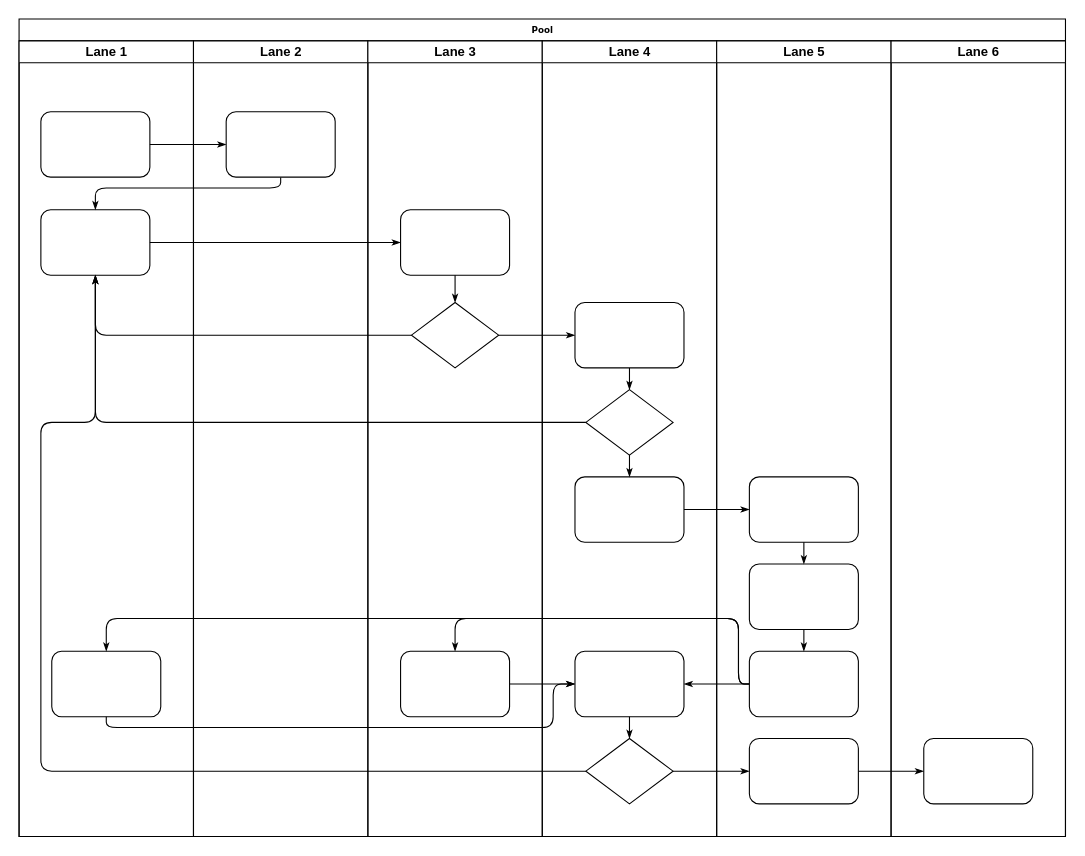
Before: Untitled Diagram.drawio in DunkLiao/MyDiagram, a draw.io diagram. Source tidied: cells renumbered, new cells numbered last; positions are measured from the earlier drawing's top-left corner, leaving out a move shared by most shapes. Both pictures are drawn from the tidied source at 109%, with x=0, y=0 at pixel (19, 19).
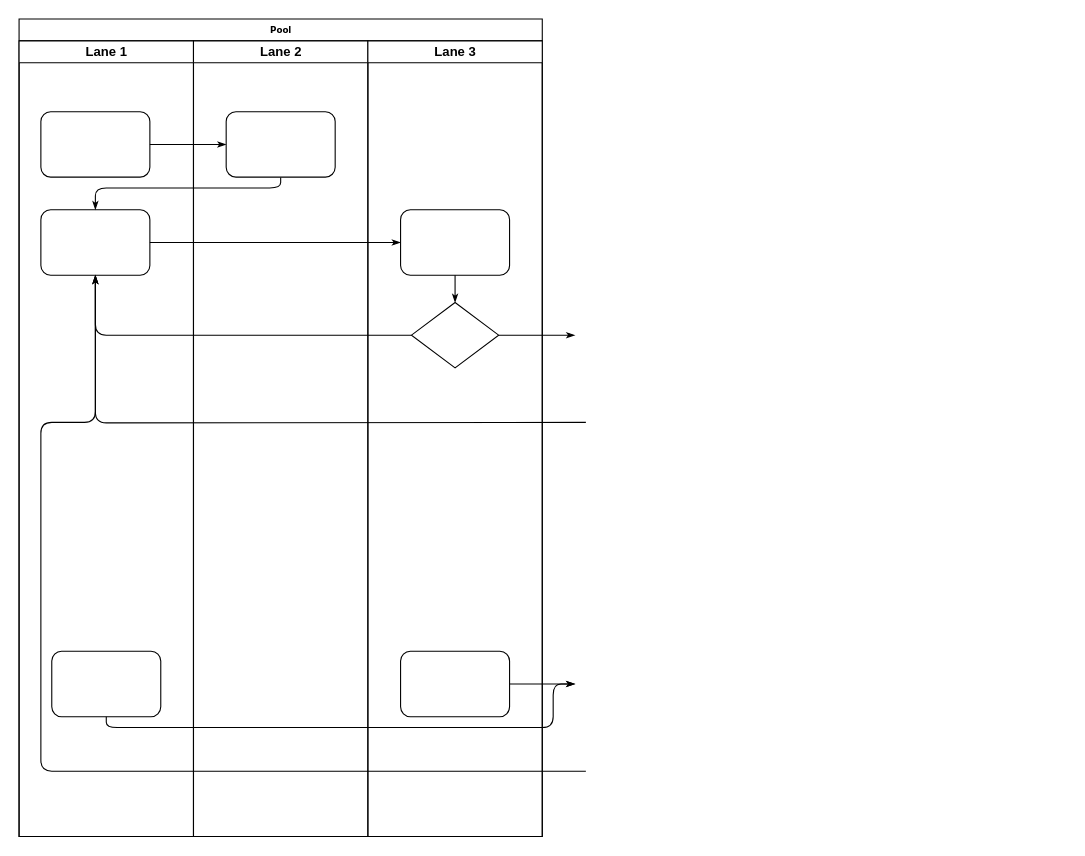
The same page after the edit.

The change refers to these unchanged cells:
```xml
<mxCell id="5" style="rounded=1;whiteSpace=wrap;html=1;shadow=0;labelBackgroundColor=none;strokeWidth=1;fontFamily=Verdana;fontSize=8;align=center;" parent="3" vertex="1">
  <mxGeometry x="20" y="155" width="100" height="60" as="geometry" />
</mxCell>
<mxCell id="6" style="rounded=1;whiteSpace=wrap;html=1;shadow=0;labelBackgroundColor=none;strokeWidth=1;fontFamily=Verdana;fontSize=8;align=center;" parent="3" vertex="1">
  <mxGeometry x="30" y="560" width="100" height="60" as="geometry" />
</mxCell>
<mxCell id="26" style="rhombus;whiteSpace=wrap;html=1;rounded=0;shadow=0;labelBackgroundColor=none;strokeWidth=1;fontFamily=Verdana;fontSize=8;align=center;" parent="24" vertex="1">
  <mxGeometry x="40" y="240" width="80" height="60" as="geometry" />
</mxCell>
<mxCell id="27" style="rounded=1;whiteSpace=wrap;html=1;shadow=0;labelBackgroundColor=none;strokeWidth=1;fontFamily=Verdana;fontSize=8;align=center;" parent="24" vertex="1">
  <mxGeometry x="30" y="560" width="100" height="60" as="geometry" />
</mxCell>
```

The edit, as a diff of the source:
```diff
@@
     <mxCell id="2" value="Pool" style="swimlane;html=1;startSize=20;rounded=0;shadow=0;labelBackgroundColor=none;strokeWidth=1;fontFamily=Verdana;fontSize=8;align=center;" parent="1" vertex="1">
-      <mxGeometry width="960" height="750" as="geometry" />
+      <mxGeometry width="480" height="750" as="geometry" />
     </mxCell>
@@
-    <mxCell id="11" style="edgeStyle=orthogonalEdgeStyle;rounded=1;html=1;labelBackgroundColor=none;startArrow=none;startFill=0;startSize=5;endArrow=classicThin;endFill=1;endSize=5;jettySize=auto;strokeWidth=1;fontFamily=Verdana;fontSize=8;" parent="2" edge="1" source="31" target="5">
-      <mxGeometry relative="1" as="geometry" />
+    <mxCell id="11" style="edgeStyle=orthogonalEdgeStyle;rounded=1;html=1;labelBackgroundColor=none;startArrow=none;startFill=0;startSize=5;endArrow=classicThin;endFill=1;endSize=5;jettySize=auto;strokeWidth=1;fontFamily=Verdana;fontSize=8;" parent="2" edge="1" target="5">
+      <mxGeometry relative="1" as="geometry">
+        <mxPoint x="520" y="370" as="sourcePoint" />
+      </mxGeometry>
     </mxCell>
-    <mxCell id="12" style="edgeStyle=orthogonalEdgeStyle;rounded=1;html=1;labelBackgroundColor=none;startArrow=none;startFill=0;startSize=5;endArrow=classicThin;endFill=1;endSize=5;jettySize=auto;strokeWidth=1;fontFamily=Verdana;fontSize=8;" parent="2" edge="1" source="34" target="5">
+    <mxCell id="12" style="edgeStyle=orthogonalEdgeStyle;rounded=1;html=1;labelBackgroundColor=none;startArrow=none;startFill=0;startSize=5;endArrow=classicThin;endFill=1;endSize=5;jettySize=auto;strokeWidth=1;fontFamily=Verdana;fontSize=8;" parent="2" edge="1" target="5">
       <mxGeometry relative="1" as="geometry">
+        <mxPoint x="520" y="690" as="sourcePoint" />
         <Array as="points">
           <mxPoint x="20" y="690" />
           <mxPoint x="20" y="370" />
           <mxPoint x="70" y="370" />
         </Array>
       </mxGeometry>
     </mxCell>
-    <mxCell id="13" style="edgeStyle=orthogonalEdgeStyle;rounded=1;html=1;labelBackgroundColor=none;startArrow=none;startFill=0;startSize=5;endArrow=classicThin;endFill=1;endSize=5;jettySize=auto;strokeWidth=1;fontFamily=Verdana;fontSize=8;" parent="2" edge="1" source="26" target="30">
-      <mxGeometry relative="1" as="geometry" />
+    <mxCell id="13" style="edgeStyle=orthogonalEdgeStyle;rounded=1;html=1;labelBackgroundColor=none;startArrow=none;startFill=0;startSize=5;endArrow=classicThin;endFill=1;endSize=5;jettySize=auto;strokeWidth=1;fontFamily=Verdana;fontSize=8;" parent="2" edge="1" source="26">
+      <mxGeometry relative="1" as="geometry">
+        <mxPoint x="510" y="290" as="targetPoint" />
+      </mxGeometry>
     </mxCell>
-    <mxCell id="14" style="edgeStyle=orthogonalEdgeStyle;rounded=1;html=1;labelBackgroundColor=none;startArrow=none;startFill=0;startSize=5;endArrow=classicThin;endFill=1;endSize=5;jettySize=auto;strokeWidth=1;fontFamily=Verdana;fontSize=8;" parent="2" edge="1" source="34" target="42">
-      <mxGeometry relative="1" as="geometry" />
-    </mxCell>
-    <mxCell id="15" style="edgeStyle=orthogonalEdgeStyle;rounded=1;html=1;labelBackgroundColor=none;startArrow=none;startFill=0;startSize=5;endArrow=classicThin;endFill=1;endSize=5;jettySize=auto;strokeWidth=1;fontFamily=Verdana;fontSize=8;" parent="2" edge="1" source="42" target="46">
-      <mxGeometry relative="1" as="geometry" />
-    </mxCell>
-    <mxCell id="16" style="edgeStyle=orthogonalEdgeStyle;rounded=1;html=1;labelBackgroundColor=none;startArrow=none;startFill=0;startSize=5;endArrow=classicThin;endFill=1;endSize=5;jettySize=auto;strokeWidth=1;fontFamily=Verdana;fontSize=8;" parent="2" edge="1" source="32" target="39">
-      <mxGeometry relative="1" as="geometry" />
-    </mxCell>
-    <mxCell id="17" style="edgeStyle=orthogonalEdgeStyle;rounded=1;html=1;labelBackgroundColor=none;startArrow=none;startFill=0;startSize=5;endArrow=classicThin;endFill=1;endSize=5;jettySize=auto;strokeWidth=1;fontFamily=Verdana;fontSize=8;" parent="2" edge="1" source="41" target="27">
-      <mxGeometry relative="1" as="geometry">
-        <Array as="points">
-          <mxPoint x="660" y="610" />
-          <mxPoint x="660" y="550" />
-          <mxPoint x="400" y="550" />
-        </Array>
-      </mxGeometry>
-    </mxCell>
-    <mxCell id="18" style="edgeStyle=orthogonalEdgeStyle;rounded=1;html=1;labelBackgroundColor=none;startArrow=none;startFill=0;startSize=5;endArrow=classicThin;endFill=1;endSize=5;jettySize=auto;strokeColor=#000000;strokeWidth=1;fontFamily=Verdana;fontSize=8;fontColor=#000000;" parent="2" edge="1" source="41" target="33">
-      <mxGeometry relative="1" as="geometry" />
-    </mxCell>
-    <mxCell id="19" style="edgeStyle=orthogonalEdgeStyle;rounded=1;html=1;labelBackgroundColor=none;startArrow=none;startFill=0;startSize=5;endArrow=classicThin;endFill=1;endSize=5;jettySize=auto;strokeWidth=1;fontFamily=Verdana;fontSize=8;" parent="2" edge="1" source="41" target="6">
-      <mxGeometry relative="1" as="geometry">
-        <Array as="points">
-          <mxPoint x="660" y="610" />
-          <mxPoint x="660" y="550" />
-          <mxPoint x="80" y="550" />
-        </Array>
-      </mxGeometry>
-    </mxCell>
-    <mxCell id="20" style="edgeStyle=orthogonalEdgeStyle;rounded=1;html=1;labelBackgroundColor=none;startArrow=none;startFill=0;startSize=5;endArrow=classicThin;endFill=1;endSize=5;jettySize=auto;strokeWidth=1;fontFamily=Verdana;fontSize=8;" parent="2" edge="1" source="6" target="33">
+    <mxCell id="20" style="edgeStyle=orthogonalEdgeStyle;rounded=1;html=1;labelBackgroundColor=none;startArrow=none;startFill=0;startSize=5;endArrow=classicThin;endFill=1;endSize=5;jettySize=auto;strokeWidth=1;fontFamily=Verdana;fontSize=8;" parent="2" edge="1" source="6">
       <mxGeometry relative="1" as="geometry">
+        <mxPoint x="510" y="610" as="targetPoint" />
         <Array as="points">
           <mxPoint x="80" y="650" />
           <mxPoint x="490" y="650" />
           <mxPoint x="490" y="610" />
         </Array>
       </mxGeometry>
     </mxCell>
-    <mxCell id="21" style="edgeStyle=orthogonalEdgeStyle;rounded=1;html=1;labelBackgroundColor=none;startArrow=none;startFill=0;startSize=5;endArrow=classicThin;endFill=1;endSize=5;jettySize=auto;strokeWidth=1;fontFamily=Verdana;fontSize=8;" parent="2" edge="1" source="27" target="33">
-      <mxGeometry relative="1" as="geometry" />
+    <mxCell id="21" style="edgeStyle=orthogonalEdgeStyle;rounded=1;html=1;labelBackgroundColor=none;startArrow=none;startFill=0;startSize=5;endArrow=classicThin;endFill=1;endSize=5;jettySize=auto;strokeWidth=1;fontFamily=Verdana;fontSize=8;" parent="2" edge="1" source="27">
+      <mxGeometry relative="1" as="geometry">
+        <mxPoint x="510" y="610" as="targetPoint" />
+      </mxGeometry>
     </mxCell>
@@
-    <mxCell id="29" value="Lane 4" style="swimlane;html=1;startSize=20;" parent="2" vertex="1">
-      <mxGeometry x="480" y="20" width="160" height="730" as="geometry" />
-    </mxCell>
-    <mxCell id="30" style="rounded=1;whiteSpace=wrap;html=1;shadow=0;labelBackgroundColor=none;strokeWidth=1;fontFamily=Verdana;fontSize=8;align=center;" parent="29" vertex="1">
-      <mxGeometry x="30" y="240" width="100" height="60" as="geometry" />
-    </mxCell>
-    <mxCell id="31" style="rhombus;whiteSpace=wrap;html=1;rounded=0;shadow=0;labelBackgroundColor=none;strokeWidth=1;fontFamily=Verdana;fontSize=8;align=center;" parent="29" vertex="1">
-      <mxGeometry x="40" y="320" width="80" height="60" as="geometry" />
-    </mxCell>
-    <mxCell id="32" style="rounded=1;whiteSpace=wrap;html=1;shadow=0;labelBackgroundColor=none;strokeWidth=1;fontFamily=Verdana;fontSize=8;align=center;" parent="29" vertex="1">
-      <mxGeometry x="30" y="400" width="100" height="60" as="geometry" />
-    </mxCell>
-    <mxCell id="33" style="rounded=1;whiteSpace=wrap;html=1;shadow=0;labelBackgroundColor=none;strokeWidth=1;fontFamily=Verdana;fontSize=8;align=center;" parent="29" vertex="1">
-      <mxGeometry x="30" y="560" width="100" height="60" as="geometry" />
-    </mxCell>
-    <mxCell id="34" style="rhombus;whiteSpace=wrap;html=1;rounded=0;shadow=0;labelBackgroundColor=none;strokeWidth=1;fontFamily=Verdana;fontSize=8;align=center;" parent="29" vertex="1">
-      <mxGeometry x="40" y="640" width="80" height="60" as="geometry" />
-    </mxCell>
-    <mxCell id="35" style="edgeStyle=orthogonalEdgeStyle;rounded=1;html=1;labelBackgroundColor=none;startArrow=none;startFill=0;startSize=5;endArrow=classicThin;endFill=1;endSize=5;jettySize=auto;strokeColor=#000000;strokeWidth=1;fontFamily=Verdana;fontSize=8;fontColor=#000000;" parent="29" edge="1" source="30" target="31">
-      <mxGeometry relative="1" as="geometry" />
-    </mxCell>
-    <mxCell id="36" style="edgeStyle=orthogonalEdgeStyle;rounded=1;html=1;labelBackgroundColor=none;startArrow=none;startFill=0;startSize=5;endArrow=classicThin;endFill=1;endSize=5;jettySize=auto;strokeWidth=1;fontFamily=Verdana;fontSize=8;" parent="29" edge="1" source="31" target="32">
-      <mxGeometry relative="1" as="geometry" />
-    </mxCell>
-    <mxCell id="37" style="edgeStyle=orthogonalEdgeStyle;rounded=1;html=1;labelBackgroundColor=none;startArrow=none;startFill=0;startSize=5;endArrow=classicThin;endFill=1;endSize=5;jettySize=auto;strokeWidth=1;fontFamily=Verdana;fontSize=8;" parent="29" edge="1" source="33" target="34">
-      <mxGeometry relative="1" as="geometry" />
-    </mxCell>
-    <mxCell id="38" value="Lane 5" style="swimlane;html=1;startSize=20;" parent="2" vertex="1">
-      <mxGeometry x="640" y="20" width="160" height="730" as="geometry" />
-    </mxCell>
-    <mxCell id="39" style="rounded=1;whiteSpace=wrap;html=1;shadow=0;labelBackgroundColor=none;strokeWidth=1;fontFamily=Verdana;fontSize=8;align=center;" parent="38" vertex="1">
-      <mxGeometry x="30" y="400" width="100" height="60" as="geometry" />
-    </mxCell>
-    <mxCell id="40" style="rounded=1;whiteSpace=wrap;html=1;shadow=0;labelBackgroundColor=none;strokeWidth=1;fontFamily=Verdana;fontSize=8;align=center;" parent="38" vertex="1">
-      <mxGeometry x="30" y="480" width="100" height="60" as="geometry" />
-    </mxCell>
-    <mxCell id="41" style="rounded=1;whiteSpace=wrap;html=1;shadow=0;labelBackgroundColor=none;strokeWidth=1;fontFamily=Verdana;fontSize=8;align=center;" parent="38" vertex="1">
-      <mxGeometry x="30" y="560" width="100" height="60" as="geometry" />
-    </mxCell>
-    <mxCell id="42" style="rounded=1;whiteSpace=wrap;html=1;shadow=0;labelBackgroundColor=none;strokeWidth=1;fontFamily=Verdana;fontSize=8;align=center;" parent="38" vertex="1">
-      <mxGeometry x="30" y="640" width="100" height="60" as="geometry" />
-    </mxCell>
-    <mxCell id="43" style="edgeStyle=orthogonalEdgeStyle;rounded=1;html=1;labelBackgroundColor=none;startArrow=none;startFill=0;startSize=5;endArrow=classicThin;endFill=1;endSize=5;jettySize=auto;strokeWidth=1;fontFamily=Verdana;fontSize=8;" parent="38" edge="1" source="39" target="40">
-      <mxGeometry relative="1" as="geometry" />
-    </mxCell>
-    <mxCell id="44" style="edgeStyle=orthogonalEdgeStyle;rounded=1;html=1;labelBackgroundColor=none;startArrow=none;startFill=0;startSize=5;endArrow=classicThin;endFill=1;endSize=5;jettySize=auto;strokeWidth=1;fontFamily=Verdana;fontSize=8;" parent="38" edge="1" source="40" target="41">
-      <mxGeometry relative="1" as="geometry" />
-    </mxCell>
-    <mxCell id="45" value="Lane 6" style="swimlane;html=1;startSize=20;" parent="2" vertex="1">
-      <mxGeometry x="800" y="20" width="160" height="730" as="geometry" />
-    </mxCell>
-    <mxCell id="46" style="rounded=1;whiteSpace=wrap;html=1;shadow=0;labelBackgroundColor=none;strokeWidth=1;fontFamily=Verdana;fontSize=8;align=center;" parent="45" vertex="1">
-      <mxGeometry x="30" y="640" width="100" height="60" as="geometry" />
-    </mxCell>
```
